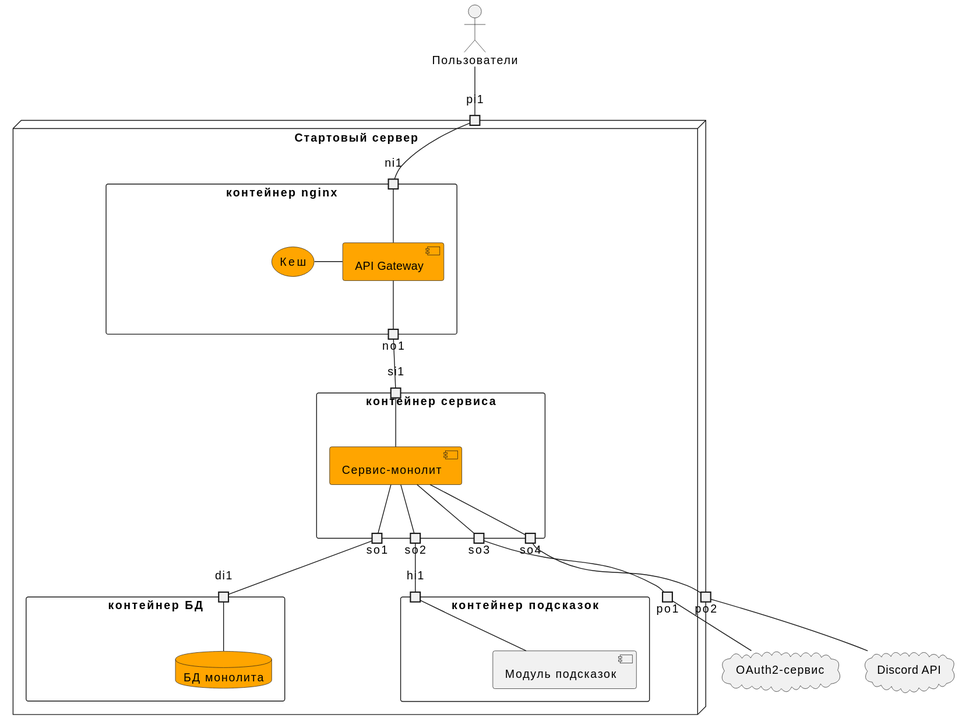
Above: svg/chart/deploy_1.svg in butakovmv/d20e_arch (PlantUML), before the change.
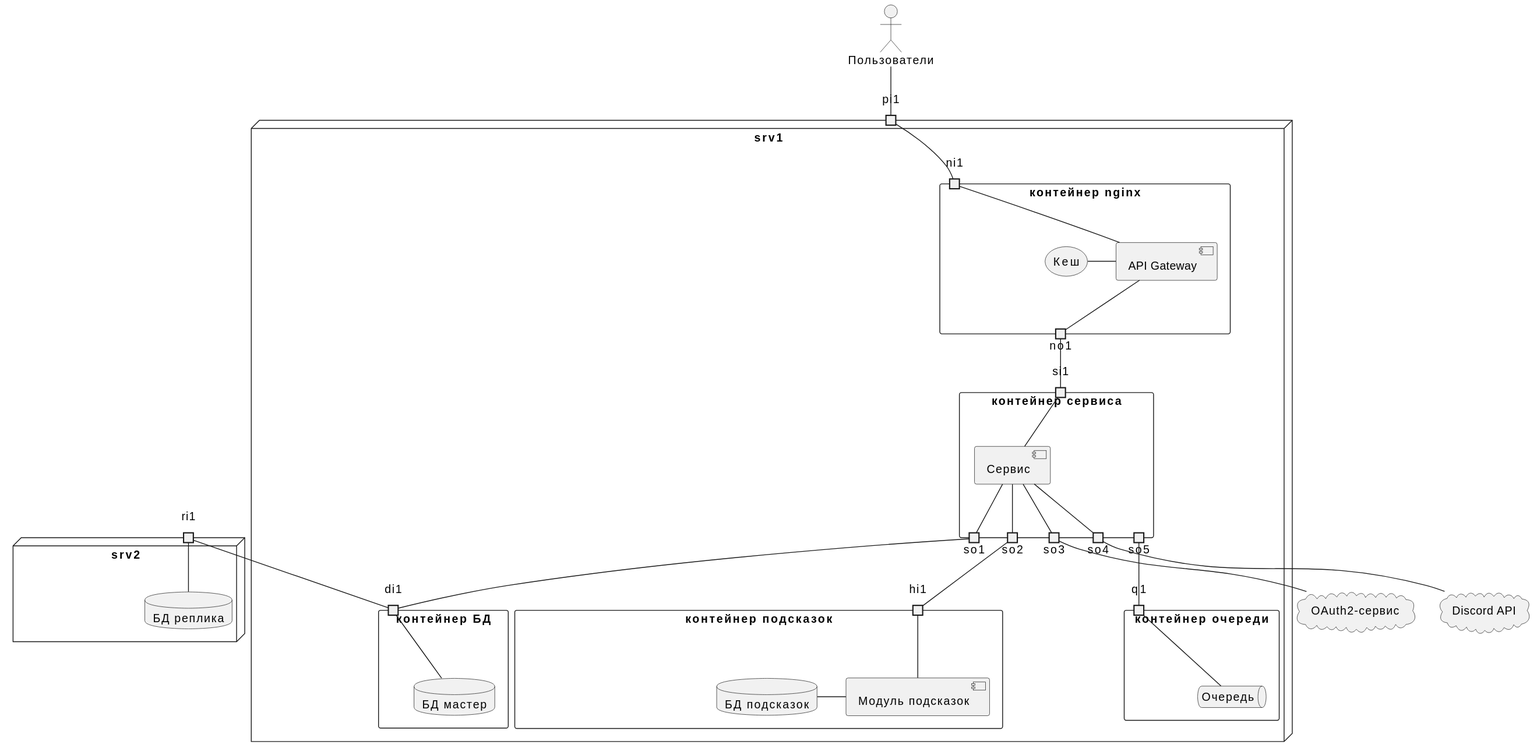
Later version of the same file.

Change to the diagram source:
```diff
@@ -1,26 +1,26 @@
 @startuml
 actor "Пользователи" as users
 
-node "Стартовый сервер" {
+node "srv1" {
     portin pi1
-    portout po1
-    portout po2
+
     rectangle "контейнер nginx" {
         portin ni1
         portout no1
-        component "API Gateway" as gateway #orange
-        storage "Кеш" as cache #orange
+        component "API Gateway" as gateway
+        storage "Кеш" as cache
         ni1-gateway
         gateway-no1
         gateway-le-cache
     }
     rectangle "контейнер сервиса" {
         portin si1
-        component "Сервис-монолит" as service #orange
+        component "Сервис" as service
         portout so1
         portout so2
         portout so3
         portout so4
+        portout so5
         si1-service
         service-so1
         service-so2
@@ -29,26 +29,39 @@
     }
     rectangle "контейнер БД" {
         portin di1
-        database "БД монолита" as db #orange
+        database "БД мастер" as db
         di1-db
     }
+
+    rectangle "контейнер очереди" {
+            port q1
+            queue "Очередь" as coreQueue
+            q1 - coreQueue
+        }
 
     rectangle "контейнер подсказок" {
         portin hi1
         component "Модуль подсказок" as hint
+        database "БД подсказок" as hintDb
         hi1-hint
+        hintDb-hint
     }
     pi1--ni1
     no1--si1
-    so3--po1
-    so4--po2
     so1--di1
     so2--hi1
+    so5--q1
 }
 cloud "OAuth2-сервис" as oauth2
 cloud "Discord API" as discord
 
+node "srv2" {
+    portin ri1
+    database "БД реплика" as replica
+    ri1-replica
+}
 users--pi1
-po1--oauth2
-po2--discord
+so3--oauth2
+so4--discord
+ri1--di1
 @enduml
```
